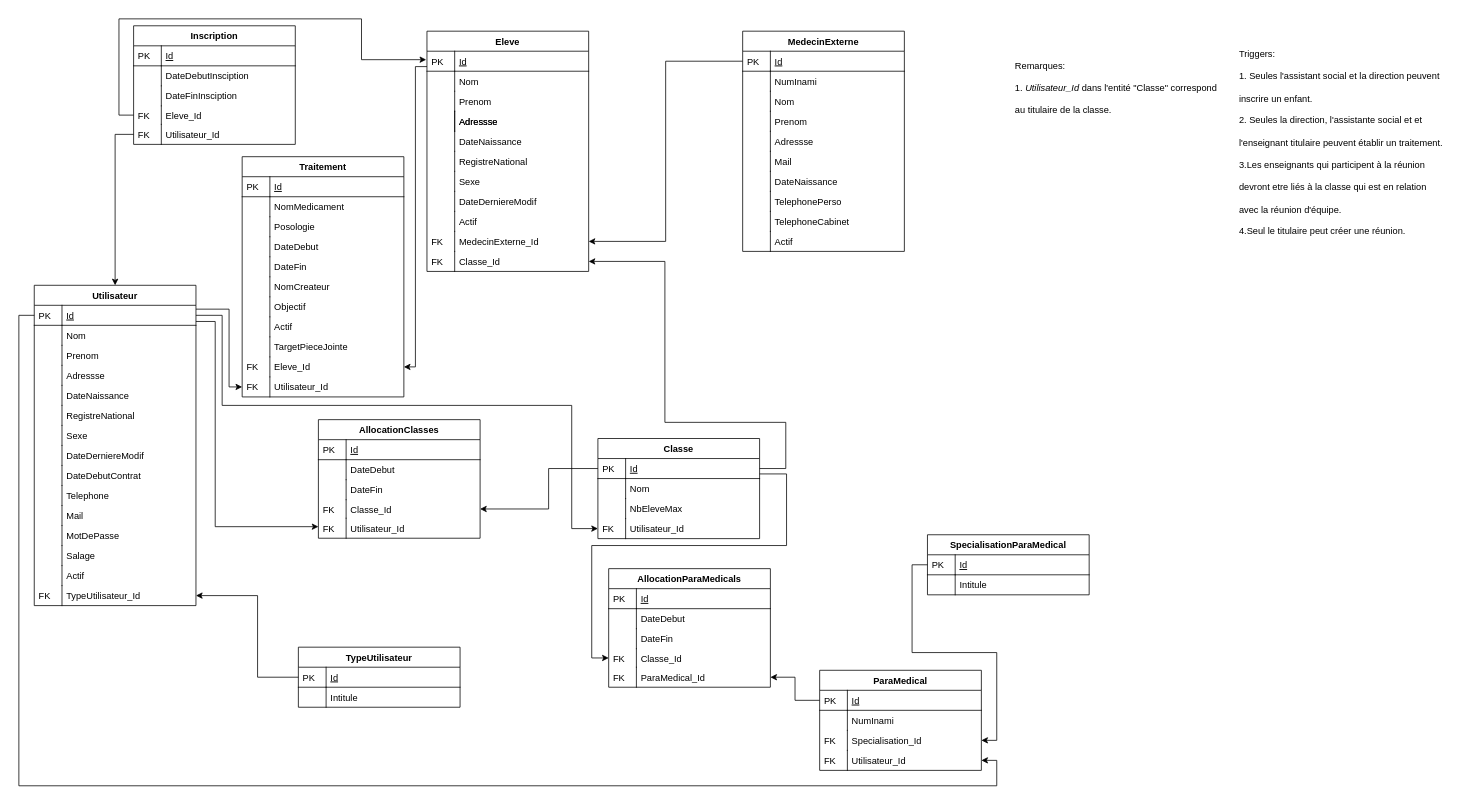
This is Complements/Analyse/Schémas Relationnel/SchRel_26052021.drawio from JeromeDelvaux/ChanterelleProject, a draw.io file, before an edit. Source tidied: cells renumbered, new cells numbered last; positions are measured from the earlier drawing's top-left corner, leaving out a move shared by most shapes. Both pictures are drawn from the tidied source at 77%, with x=0, y=0 at pixel (18, 18).
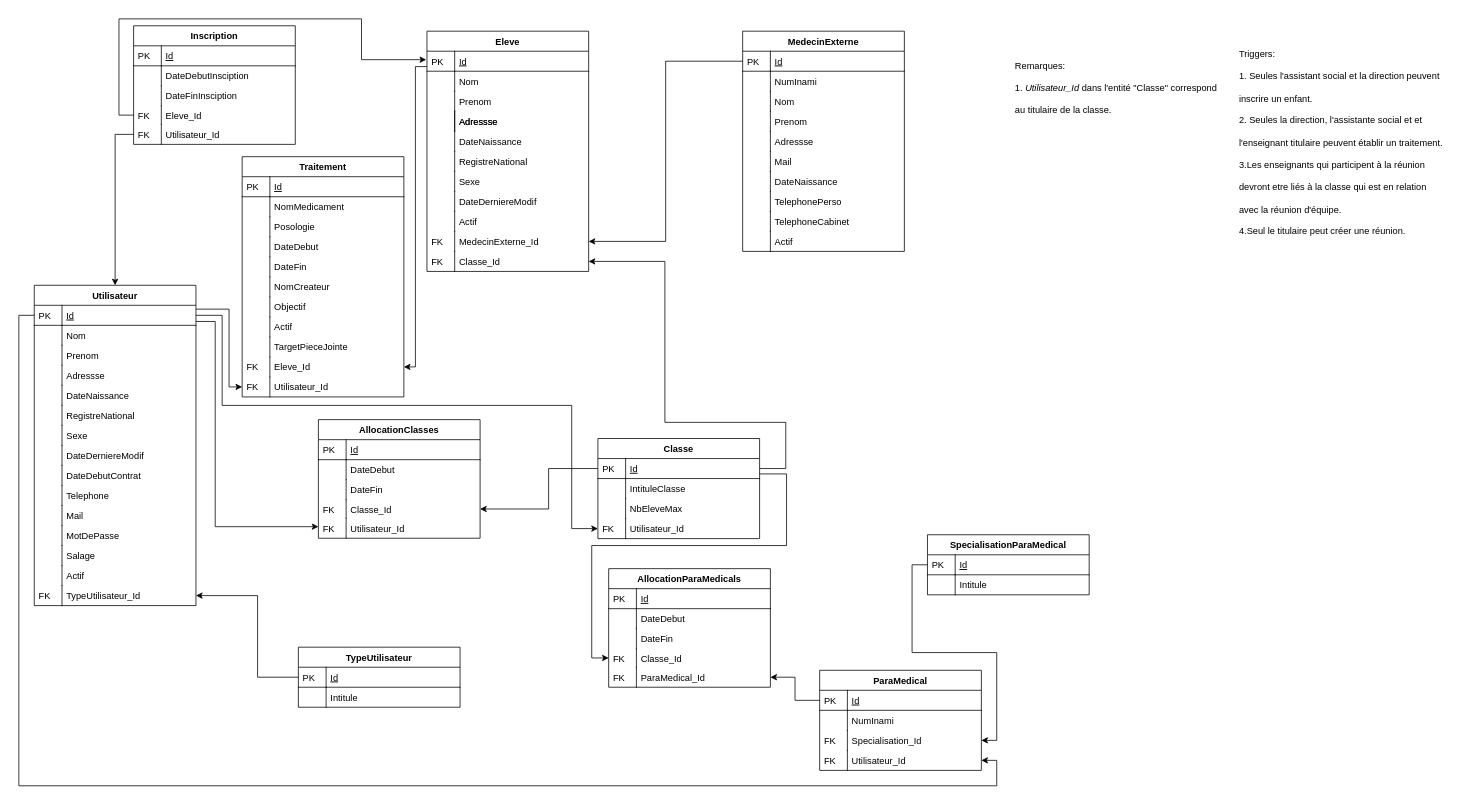
The same page after the edit.

The change refers to these unchanged cells:
```xml
<mxCell id="134" value="Classe" style="swimlane;fontStyle=1;horizontal=1;startSize=26;rounded=0;shadow=0;strokeWidth=1;" parent="1" vertex="1">
  <mxGeometry x="752" y="545" width="210" height="130" as="geometry" />
</mxCell>
```

What changed in the source:
```diff
@@
-    <mxCell id="137" value="Nom" style="shape=partialRectangle;top=0;left=0;right=0;bottom=0;align=left;verticalAlign=top;fillColor=none;spacingLeft=40;spacingRight=4;overflow=hidden;rounded=0;shadow=0;strokeWidth=1;" parent="134" vertex="1">
+    <mxCell id="137" value="IntituleClasse" style="shape=partialRectangle;top=0;left=0;right=0;bottom=0;align=left;verticalAlign=top;fillColor=none;spacingLeft=40;spacingRight=4;overflow=hidden;rounded=0;shadow=0;strokeWidth=1;" parent="134" vertex="1">
       <mxGeometry y="52" width="210" height="26" as="geometry" />
     </mxCell>
```
